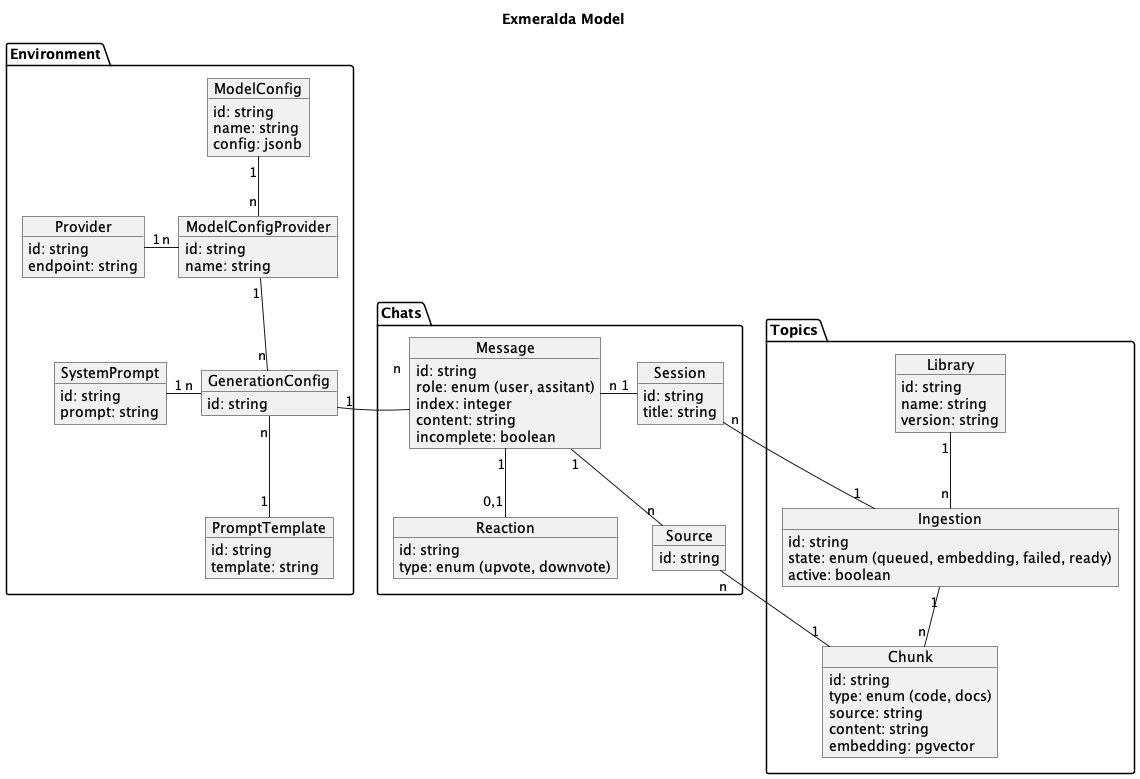
Earlier version of the PlantUML export docs/model.png (bitcrowd/exmeralda). Source of this version:
```plantuml
@startuml model

title "Exmeralda Model"

set namespaceSeparator none
hide circle
hide methods

skinparam defaultFontName Roboto Mono
skinparam shadowing false

package Environment {
  object Provider {
    id: string
    endpoint: string
  }

  object ModelConfig {
    id: string
    name: string
    config: jsonb
  }

  object ModelConfigProvider {
    id: string
    name: string
  }

  object GenerationConfig {
    id: string
  }

  object SystemPrompt {
    id: string
    prompt: string
  }

  object PromptTemplate {
    id: string
    template: string
  }

  ModelConfigProvider "n" -l- "1" Provider
  ModelConfigProvider "n" -u- "1" ModelConfig
  ModelConfigProvider "1" -- "n" GenerationConfig
  SystemPrompt "1" -r- "n" GenerationConfig
  PromptTemplate "1" -u- "n" GenerationConfig
}

package Chats {
  object Session {
    id: string
    title: string
  }

  object Message {
    id: string
    role: enum (user, assitant)
    index: integer
    content: string
    incomplete: boolean
  }

  object Reaction {
    id: string
    type: enum (upvote, downvote)
  }

  object Source {
    id: string
  }

  Message "1" -d- "0,1" Reaction
  Message "n" -r- "1" Session
  Source "n" -u- "1" Message
}

package Topics {
  object Library {
    id: string
    name: string
    version: string
  }

  object Ingestion {
    id: string
    state: enum (queued, embedding, failed, ready)
    active: boolean
  }

  object Chunk {
    id: string
    type: enum (code, docs)
    source: string
    content: string
    embedding: pgvector
  }

  Library "1" -d- "n" Ingestion
  Chunk "n" -u- "1" Ingestion
}

Message "n" -l- "1" GenerationConfig
Session "n" -- "1" Ingestion
Source "n" -- "1" Chunk


@enduml
```
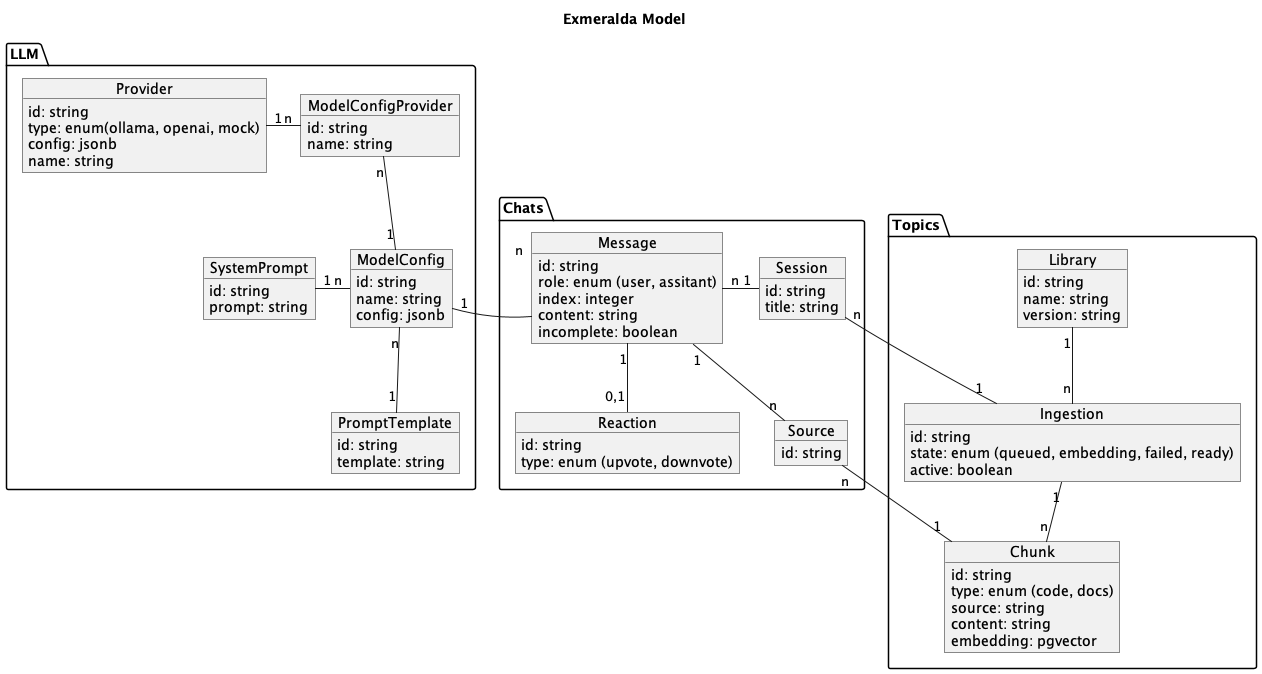
Above is the later version.

The edit, as a diff of the source:
```diff
@@ -9,10 +9,12 @@
 skinparam defaultFontName Roboto Mono
 skinparam shadowing false
 
-package Environment {
+package LLM {
   object Provider {
     id: string
-    endpoint: string
+    type: enum(ollama, openai, mock)
+    config: jsonb
+    name: string
   }
 
   object ModelConfig {
@@ -26,10 +28,6 @@
     name: string
   }
 
-  object GenerationConfig {
-    id: string
-  }
-
   object SystemPrompt {
     id: string
     prompt: string
@@ -41,10 +39,9 @@
   }
 
   ModelConfigProvider "n" -l- "1" Provider
-  ModelConfigProvider "n" -u- "1" ModelConfig
-  ModelConfigProvider "1" -- "n" GenerationConfig
-  SystemPrompt "1" -r- "n" GenerationConfig
-  PromptTemplate "1" -u- "n" GenerationConfig
+  ModelConfigProvider "n" -d- "1" ModelConfig
+  SystemPrompt "1" -r- "n" ModelConfig
+  PromptTemplate "1" -u- "n" ModelConfig
 }
 
 package Chats {
@@ -100,7 +97,7 @@
   Chunk "n" -u- "1" Ingestion
 }
 
-Message "n" -l- "1" GenerationConfig
+Message "n" -l- "1" ModelConfig
 Session "n" -- "1" Ingestion
 Source "n" -- "1" Chunk
 
```
